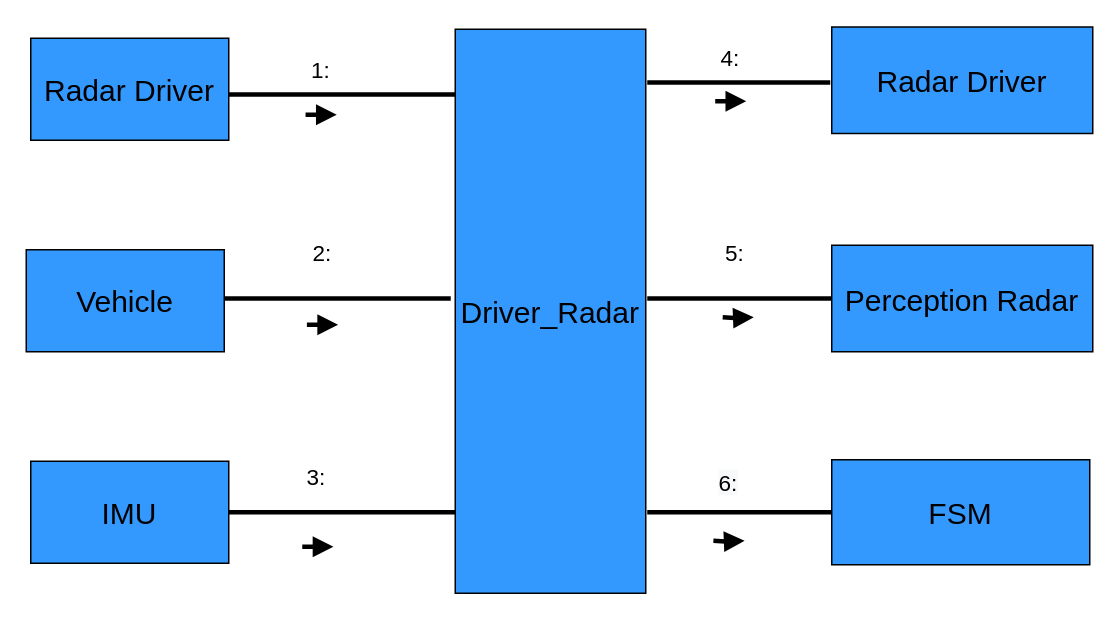
The draw.io diagram radar输入输出图.drawio in CodePorterW/DrawIo, before the edit. Source tidied: cells renumbered, new cells numbered last; positions are measured from the earlier drawing's top-left corner, leaving out a move shared by most shapes. Both pictures are drawn from the tidied source at 150%, with x=0, y=0 at pixel (26, 26).
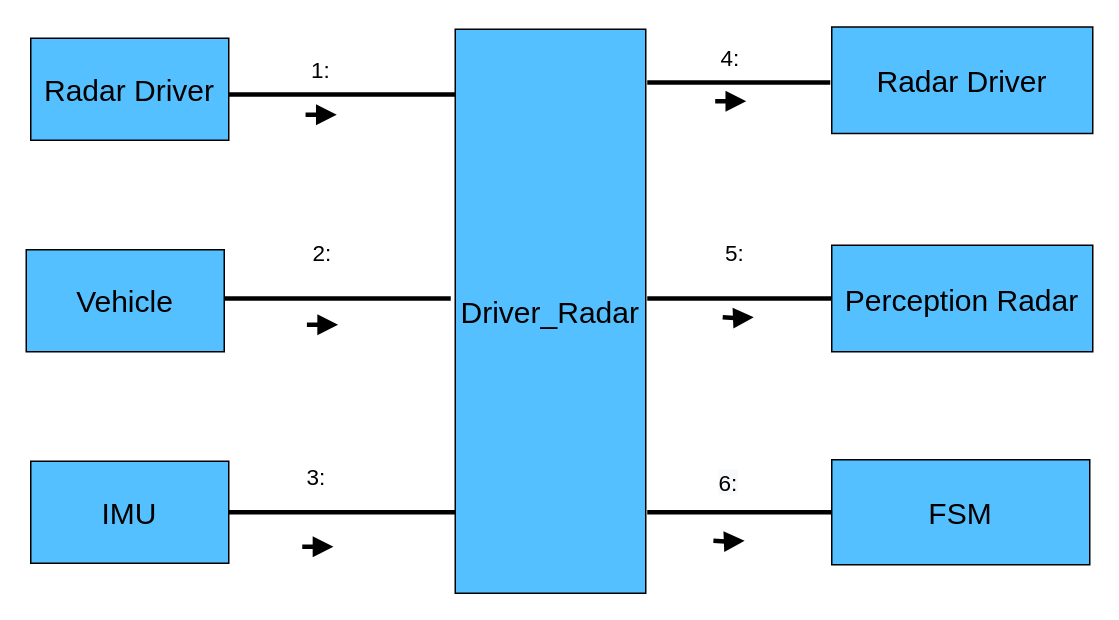
After the change.

Commit message:
更新radar输入输出图.drawio

Change to the diagram source:
```diff
@@
-    <mxCell id="2" value="&lt;font style=&quot;font-size: 20px&quot;&gt;Driver_Radar&lt;/font&gt;" style="rounded=0;whiteSpace=wrap;html=1;fillColor=#3399FF;" parent="1" vertex="1">
-      <mxGeometry x="286" y="2" width="127" height="376" as="geometry" />
-    </mxCell>
-    <mxCell id="3" value="Radar Driver" style="rounded=0;whiteSpace=wrap;html=1;fontSize=20;fillColor=#3399FF;" parent="1" vertex="1">
+    <mxCell id="3" value="Radar Driver" style="rounded=0;whiteSpace=wrap;html=1;fontSize=20;fillColor=#54C0FF;" parent="1" vertex="1">
       <mxGeometry x="3" y="8" width="132" height="68" as="geometry" />
     </mxCell>
-    <mxCell id="4" value="IMU" style="rounded=0;whiteSpace=wrap;html=1;fontSize=20;fillColor=#3399FF;" parent="1" vertex="1">
+    <mxCell id="4" value="IMU" style="rounded=0;whiteSpace=wrap;html=1;fontSize=20;fillColor=#54C0FF;" parent="1" vertex="1">
       <mxGeometry x="3" y="290" width="132" height="68" as="geometry" />
     </mxCell>
-    <mxCell id="5" value="Radar Driver" style="rounded=0;whiteSpace=wrap;html=1;fontSize=20;fillColor=#3399FF;" parent="1" vertex="1">
+    <mxCell id="5" value="Radar Driver" style="rounded=0;whiteSpace=wrap;html=1;fontSize=20;fillColor=#54C0FF;" parent="1" vertex="1">
       <mxGeometry x="537" y="0.5" width="174" height="71" as="geometry" />
     </mxCell>
-    <mxCell id="6" value="FSM" style="rounded=0;whiteSpace=wrap;html=1;fontSize=20;fillColor=#3399FF;" parent="1" vertex="1">
+    <mxCell id="6" value="FSM" style="rounded=0;whiteSpace=wrap;html=1;fontSize=20;fillColor=#54C0FF;" parent="1" vertex="1">
       <mxGeometry x="537" y="289" width="172" height="70" as="geometry" />
     </mxCell>
@@
-    <mxCell id="22" value="Vehicle" style="rounded=0;whiteSpace=wrap;html=1;fontSize=20;fillColor=#3399FF;" parent="1" vertex="1">
+    <mxCell id="22" value="Vehicle" style="rounded=0;whiteSpace=wrap;html=1;fontSize=20;fillColor=#54C0FF;" parent="1" vertex="1">
       <mxGeometry y="149" width="132" height="68" as="geometry" />
     </mxCell>
@@
-    <mxCell id="26" value="Perception Radar" style="rounded=0;whiteSpace=wrap;html=1;fontSize=20;fillColor=#3399FF;" parent="1" vertex="1">
+    <mxCell id="26" value="Perception Radar" style="rounded=0;whiteSpace=wrap;html=1;fontSize=20;fillColor=#54C0FF;" parent="1" vertex="1">
       <mxGeometry x="537" y="146" width="174" height="71" as="geometry" />
     </mxCell>
+    <mxCell id="2" value="&lt;font style=&quot;font-size: 20px&quot;&gt;Driver_Radar&lt;/font&gt;" style="rounded=0;whiteSpace=wrap;html=1;fillColor=#54C0FF;" parent="1" vertex="1">
+      <mxGeometry x="286" y="2" width="127" height="376" as="geometry" />
+    </mxCell>
```
